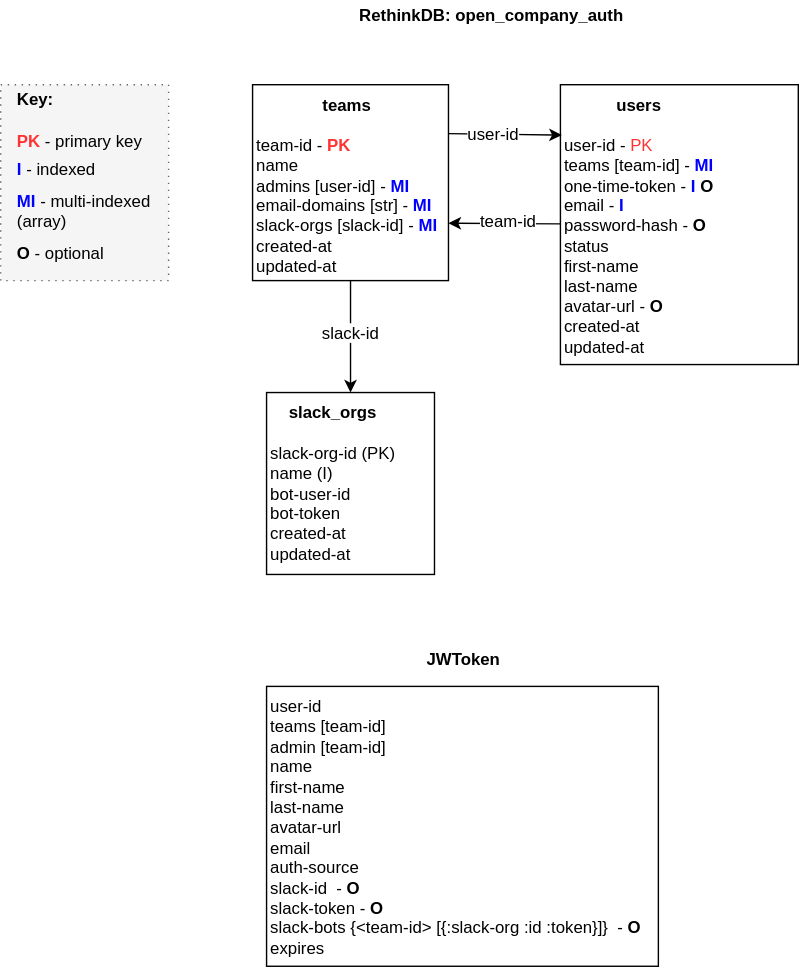
Earlier version of the draw.io export docs/OC-Auth-Schema.svg (open-company/open-company-auth). Source tidied: cells renumbered, new cells last; positions are measured from the earlier drawing's top-left corner, leaving out a move shared by most shapes.
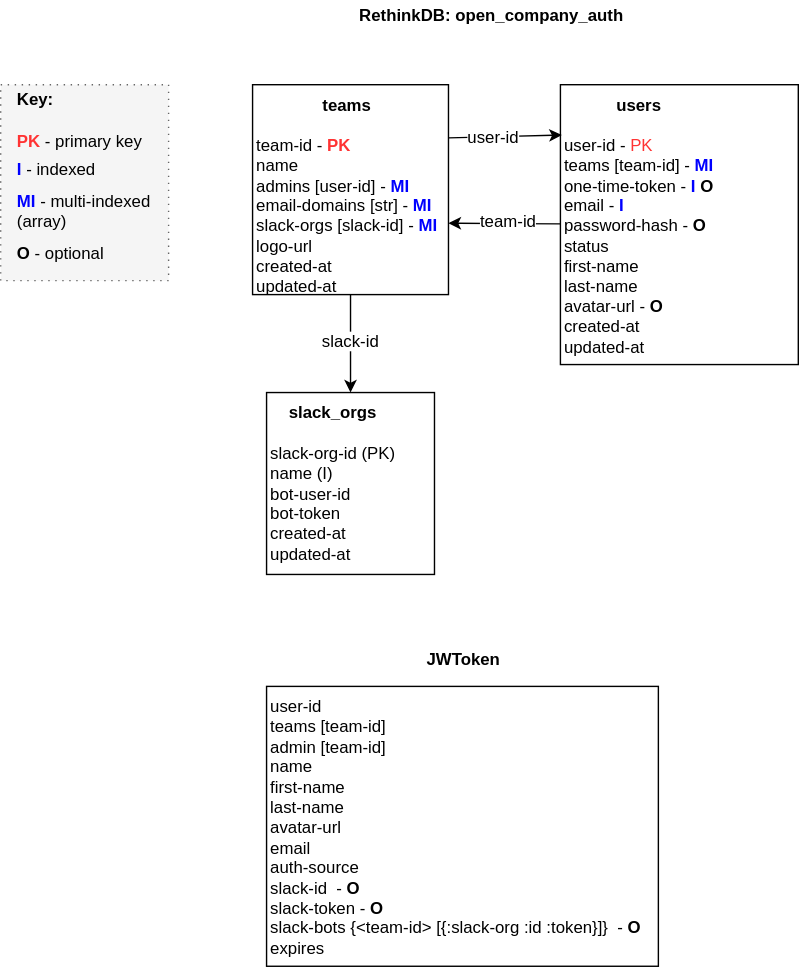
Above is the later version.

Commit message:
logo-url prop for teams inherited from Slack team.

Diff of the diagram source:
```diff
@@ -5,8 +5,8 @@
     <mxCell id="2" style="whiteSpace=wrap;html=1;fontSize=12;fontColor=#000000;align=left;fillColor=#f5f5f5;strokeColor=#666666;dashed=1;dashPattern=1 4;" parent="1" vertex="1">
       <mxGeometry y="60" width="120" height="140" as="geometry" />
     </mxCell>
-    <mxCell id="3" value="&lt;div style=&quot;text-align: center&quot;&gt;&lt;font color=&quot;#000000&quot;&gt;&lt;b&gt;teams&lt;/b&gt;&lt;/font&gt;&lt;/div&gt;&lt;div&gt;&lt;font color=&quot;#000000&quot;&gt;&lt;br&gt;&lt;/font&gt;&lt;/div&gt;&lt;div&gt;&lt;font color=&quot;#000000&quot;&gt;team-id -&amp;nbsp;&lt;/font&gt;&lt;font color=&quot;#ff3333&quot;&gt;&lt;b&gt;PK&lt;/b&gt;&lt;/font&gt;&lt;/div&gt;&lt;div&gt;&lt;font color=&quot;#000000&quot;&gt;name&lt;/font&gt;&lt;/div&gt;&lt;div&gt;&lt;font color=&quot;#000000&quot;&gt;admins [user-id] -&amp;nbsp;&lt;/font&gt;&lt;font color=&quot;#0000ff&quot;&gt;&lt;b&gt;MI&lt;/b&gt;&lt;/font&gt;&lt;/div&gt;&lt;div&gt;email-domains [str] - &lt;b&gt;&lt;font color=&quot;#0000ff&quot;&gt;MI&lt;/font&gt;&lt;/b&gt;&lt;/div&gt;&lt;div&gt;slack-orgs [slack-id] - &lt;b&gt;&lt;font color=&quot;#0000ff&quot;&gt;MI&lt;/font&gt;&lt;/b&gt;&lt;/div&gt;&lt;div&gt;&lt;font color=&quot;#000000&quot;&gt;created-at&lt;/font&gt;&lt;/div&gt;&lt;div&gt;&lt;font color=&quot;#000000&quot;&gt;updated-at&lt;/font&gt;&lt;/div&gt;" style="whiteSpace=wrap;html=1;fontSize=12;fontColor=#000000;align=left;verticalAlign=top;" parent="1" vertex="1">
-      <mxGeometry x="180" y="60" width="140" height="140" as="geometry" />
+    <mxCell id="3" value="&lt;div style=&quot;text-align: center&quot;&gt;&lt;font color=&quot;#000000&quot;&gt;&lt;b&gt;teams&lt;/b&gt;&lt;/font&gt;&lt;/div&gt;&lt;div&gt;&lt;font color=&quot;#000000&quot;&gt;&lt;br&gt;&lt;/font&gt;&lt;/div&gt;&lt;div&gt;&lt;font color=&quot;#000000&quot;&gt;team-id -&amp;nbsp;&lt;/font&gt;&lt;font color=&quot;#ff3333&quot;&gt;&lt;b&gt;PK&lt;/b&gt;&lt;/font&gt;&lt;/div&gt;&lt;div&gt;&lt;font color=&quot;#000000&quot;&gt;name&lt;/font&gt;&lt;/div&gt;&lt;div&gt;&lt;font color=&quot;#000000&quot;&gt;admins [user-id] -&amp;nbsp;&lt;/font&gt;&lt;font color=&quot;#0000ff&quot;&gt;&lt;b&gt;MI&lt;/b&gt;&lt;/font&gt;&lt;/div&gt;&lt;div&gt;email-domains [str] - &lt;b&gt;&lt;font color=&quot;#0000ff&quot;&gt;MI&lt;/font&gt;&lt;/b&gt;&lt;/div&gt;&lt;div&gt;slack-orgs [slack-id] - &lt;b&gt;&lt;font color=&quot;#0000ff&quot;&gt;MI&lt;/font&gt;&lt;/b&gt;&lt;/div&gt;&lt;div&gt;&lt;font color=&quot;#000000&quot;&gt;logo-url&lt;/font&gt;&lt;/div&gt;&lt;div&gt;&lt;font color=&quot;#000000&quot;&gt;created-at&lt;/font&gt;&lt;/div&gt;&lt;div&gt;&lt;font color=&quot;#000000&quot;&gt;updated-at&lt;/font&gt;&lt;/div&gt;" style="whiteSpace=wrap;html=1;fontSize=12;fontColor=#000000;align=left;verticalAlign=top;" parent="1" vertex="1">
+      <mxGeometry x="180" y="60" width="140" height="150" as="geometry" />
     </mxCell>
     <mxCell id="4" value="&lt;div style=&quot;text-align: center&quot;&gt;&lt;div style=&quot;text-align: center&quot;&gt;&lt;b&gt;users&lt;/b&gt;&lt;/div&gt;&lt;div style=&quot;text-align: left&quot;&gt;&lt;br&gt;&lt;/div&gt;&lt;div style=&quot;text-align: left&quot;&gt;user-id - &lt;font color=&quot;#ff3333&quot;&gt;PK&lt;/font&gt;&lt;/div&gt;&lt;div style=&quot;text-align: left&quot;&gt;teams [team-id] - &lt;font color=&quot;#0000ff&quot;&gt;&lt;b&gt;MI&lt;/b&gt;&lt;/font&gt;&lt;/div&gt;&lt;div style=&quot;text-align: left&quot;&gt;one-time-token - &lt;font color=&quot;#0000ff&quot;&gt;&lt;b&gt;I&lt;/b&gt;&lt;/font&gt; &lt;b&gt;O&lt;/b&gt;&lt;/div&gt;&lt;div style=&quot;text-align: left&quot;&gt;email - &lt;b&gt;&lt;font color=&quot;#0000ff&quot;&gt;I&lt;/font&gt;&lt;/b&gt;&lt;/div&gt;&lt;div style=&quot;text-align: left&quot;&gt;password-hash -&amp;nbsp;&lt;b&gt;O&lt;/b&gt;&lt;/div&gt;&lt;div style=&quot;text-align: left&quot;&gt;status&lt;/div&gt;&lt;div style=&quot;text-align: left&quot;&gt;first-name&lt;/div&gt;&lt;div style=&quot;text-align: left&quot;&gt;last-name&lt;/div&gt;&lt;div style=&quot;text-align: left&quot;&gt;avatar-url - &lt;b&gt;O&lt;/b&gt;&lt;/div&gt;&lt;div style=&quot;text-align: left&quot;&gt;created-at&lt;/div&gt;&lt;div style=&quot;text-align: left&quot;&gt;updated-at&lt;/div&gt;&lt;/div&gt;" style="whiteSpace=wrap;html=1;fontSize=12;fontColor=#000000;align=left;verticalAlign=top;" parent="1" vertex="1">
       <mxGeometry x="400" y="60" width="170" height="200" as="geometry" />
@@ -19,7 +19,7 @@
         <mxPoint x="-4" y="-4" as="offset" />
       </mxGeometry>
     </mxCell>
-    <mxCell id="7" style="endArrow=classic;html=1;strokeColor=#000000;fontSize=12;fontColor=#000000;entryX=1;entryY=0.707;entryPerimeter=0;" parent="1" edge="1" source="4" target="3">
+    <mxCell id="7" style="endArrow=classic;html=1;strokeColor=#000000;fontSize=12;fontColor=#000000;entryX=1;entryY=0.66;entryPerimeter=0;" parent="1" edge="1" source="4" target="3">
       <mxGeometry relative="1" as="geometry" />
     </mxCell>
     <mxCell id="8" value="team-id" style="text;html=1;align=center;verticalAlign=middle;labelBackgroundColor=#ffffff;fontSize=12;fontColor=#000000;" parent="7" vertex="1">
```
